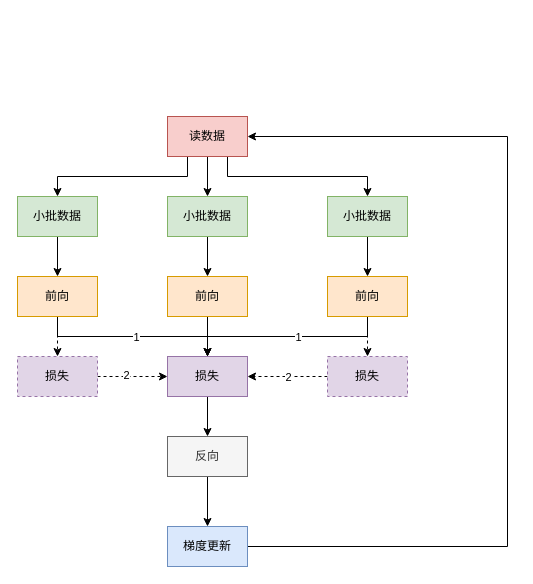
Above: Untitled Diagram.drawio in upvenly/Picgo (draw.io), before the change. Source tidied: cells renumbered, new cells numbered last; positions are measured from the earlier drawing's top-left corner, leaving out a move shared by most shapes. Both pictures are drawn from the tidied source at 100%, with x=0, y=0 at pixel (17, 116).
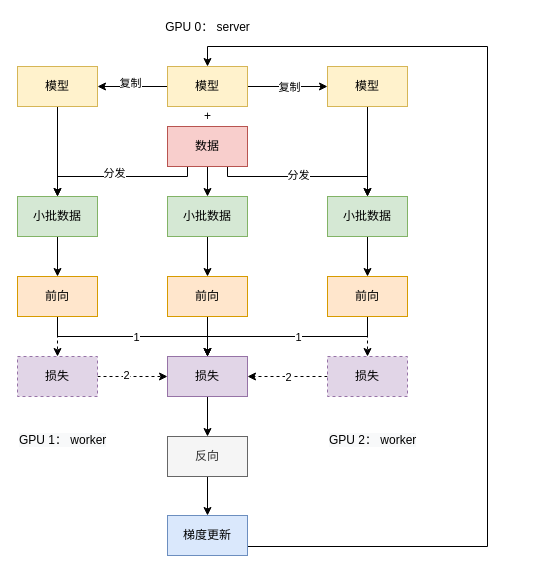
The same page after the edit.

Commit message:
分布式训练.drawio

Unchanged cells that the change refers to:
```xml
<mxCell id="3" value="&lt;span&gt;小批数据&lt;/span&gt;" style="rounded=0;whiteSpace=wrap;html=1;fillColor=#d5e8d4;strokeColor=#82b366;" parent="1" vertex="1">
  <mxGeometry x="150" y="80" width="80" height="40" as="geometry" />
</mxCell>
<mxCell id="5" value="&lt;span&gt;小批数据&lt;/span&gt;" style="rounded=0;whiteSpace=wrap;html=1;fillColor=#d5e8d4;strokeColor=#82b366;" parent="1" vertex="1">
  <mxGeometry x="310" y="80" width="80" height="40" as="geometry" />
</mxCell>
<mxCell id="11" value="小批数据" style="rounded=0;whiteSpace=wrap;html=1;fillColor=#d5e8d4;strokeColor=#82b366;" parent="1" vertex="1">
  <mxGeometry y="80" width="80" height="40" as="geometry" />
</mxCell>
```

What changed in the source:
```diff
@@
+    <mxCell id="7" style="edgeStyle=orthogonalEdgeStyle;rounded=0;jettySize=auto;html=1;exitX=0.25;exitY=1;exitDx=0;exitDy=0;entryX=0.5;entryY=0;entryDx=0;entryDy=0;" parent="1" edge="1" source="9" target="11">
+      <mxGeometry relative="1" as="geometry">
+        <Array as="points">
+          <mxPoint x="170" y="60" />
+          <mxPoint x="40" y="60" />
+        </Array>
+      </mxGeometry>
+    </mxCell>
+    <mxCell id="34" value="分发" style="edgeLabel;html=1;align=center;verticalAlign=middle;" parent="7" vertex="1">
+      <mxGeometry x="0.05" y="-4" relative="1" as="geometry" />
+    </mxCell>
+    <mxCell id="8" style="edgeStyle=orthogonalEdgeStyle;rounded=0;jettySize=auto;html=1;exitX=0.75;exitY=1;exitDx=0;exitDy=0;entryX=0.5;entryY=0;entryDx=0;entryDy=0;" parent="1" edge="1" source="9" target="5">
+      <mxGeometry relative="1" as="geometry">
+        <Array as="points">
+          <mxPoint x="210" y="60" />
+          <mxPoint x="350" y="60" />
+        </Array>
+      </mxGeometry>
+    </mxCell>
+    <mxCell id="35" value="分发" style="edgeLabel;html=1;align=center;verticalAlign=middle;" parent="8" vertex="1">
+      <mxGeometry x="-0.06" y="2" relative="1" as="geometry" />
+    </mxCell>
-    <mxCell id="6" style="edgeStyle=orthogonalEdgeStyle;rounded=0;jettySize=auto;html=1;" parent="1" edge="1" source="9" target="3">
+    <mxCell id="6" style="edgeStyle=orthogonalEdgeStyle;rounded=0;jettySize=auto;html=1;entryX=0.5;entryY=0;entryDx=0;entryDy=0;" parent="1" edge="1" source="9" target="3">
       <mxGeometry relative="1" as="geometry" />
     </mxCell>
-    <mxCell id="7" style="edgeStyle=orthogonalEdgeStyle;rounded=0;jettySize=auto;html=1;exitX=0.25;exitY=1;exitDx=0;exitDy=0;entryX=0.5;entryY=0;entryDx=0;entryDy=0;" parent="1" edge="1" source="9" target="11">
-      <mxGeometry relative="1" as="geometry" />
-    </mxCell>
-    <mxCell id="8" style="edgeStyle=orthogonalEdgeStyle;rounded=0;jettySize=auto;html=1;exitX=0.75;exitY=1;exitDx=0;exitDy=0;entryX=0.5;entryY=0;entryDx=0;entryDy=0;" parent="1" edge="1" source="9" target="5">
-      <mxGeometry relative="1" as="geometry" />
-    </mxCell>
-    <mxCell id="9" value="&lt;span&gt;读数据&lt;/span&gt;" style="rounded=0;whiteSpace=wrap;html=1;fillColor=#f8cecc;strokeColor=#b85450;" parent="1" vertex="1">
-      <mxGeometry x="150" width="80" height="40" as="geometry" />
+    <mxCell id="9" value="&lt;span&gt;数据&lt;/span&gt;" style="rounded=0;whiteSpace=wrap;html=1;fillColor=#f8cecc;strokeColor=#b85450;" parent="1" vertex="1">
+      <mxGeometry x="150" y="10" width="80" height="40" as="geometry" />
     </mxCell>
@@
-    <mxCell id="30" style="edgeStyle=orthogonalEdgeStyle;rounded=0;jettySize=auto;html=1;entryX=1;entryY=0.5;entryDx=0;entryDy=0;" parent="1" edge="1" source="31" target="9">
-      <mxGeometry relative="1" as="geometry">
-        <Array as="points">
-          <mxPoint x="490" y="430" />
-          <mxPoint x="490" y="20" />
-        </Array>
-      </mxGeometry>
-    </mxCell>
+    <mxCell id="36" style="edgeStyle=orthogonalEdgeStyle;rounded=0;jettySize=auto;html=1;entryX=0.5;entryY=0;entryDx=0;entryDy=0;" parent="1" edge="1" source="31" target="44">
+      <mxGeometry relative="1" as="geometry">
+        <Array as="points">
+          <mxPoint x="470" y="430" />
+          <mxPoint x="470" y="-70" />
+          <mxPoint x="190" y="-70" />
+        </Array>
+      </mxGeometry>
+    </mxCell>
     <mxCell id="31" value="梯度更新" style="rounded=0;whiteSpace=wrap;html=1;fillColor=#dae8fc;strokeColor=#6c8ebf;" parent="1" vertex="1">
-      <mxGeometry x="150" y="410" width="80" height="40" as="geometry" />
+      <mxGeometry x="150" y="399" width="80" height="40" as="geometry" />
     </mxCell>
@@
+    <mxCell id="37" value="GPU 0： server" style="text;html=1;align=center;verticalAlign=middle;strokeColor=none;" parent="1" vertex="1">
+      <mxGeometry x="140" y="-99" width="100" height="20" as="geometry" />
+    </mxCell>
+    <mxCell id="38" value="&lt;span style=&quot;color: rgb(0 , 0 , 0) ; font-family: &amp;#34;helvetica&amp;#34; ; font-size: 12px ; font-style: normal ; font-weight: 400 ; letter-spacing: normal ; text-align: center ; text-indent: 0px ; text-transform: none ; word-spacing: 0px ; background-color: rgb(248 , 249 , 250) ; display: inline ; float: none&quot;&gt;GPU 1： worker&lt;/span&gt;" style="text;whiteSpace=wrap;html=1;" parent="1" vertex="1">
+      <mxGeometry y="310" width="110" height="30" as="geometry" />
+    </mxCell>
+    <mxCell id="39" value="&lt;span style=&quot;color: rgb(0 , 0 , 0) ; font-family: &amp;#34;helvetica&amp;#34; ; font-size: 12px ; font-style: normal ; font-weight: 400 ; letter-spacing: normal ; text-align: center ; text-indent: 0px ; text-transform: none ; word-spacing: 0px ; background-color: rgb(248 , 249 , 250) ; display: inline ; float: none&quot;&gt;GPU 2： worker&lt;/span&gt;" style="text;whiteSpace=wrap;html=1;" parent="1" vertex="1">
+      <mxGeometry x="310" y="310" width="110" height="30" as="geometry" />
+    </mxCell>
+    <mxCell id="40" style="edgeStyle=orthogonalEdgeStyle;rounded=0;jettySize=auto;html=1;" parent="1" edge="1" source="44" target="46">
+      <mxGeometry relative="1" as="geometry" />
+    </mxCell>
+    <mxCell id="41" value="复制" style="edgeLabel;html=1;align=center;verticalAlign=middle;" parent="40" vertex="1">
+      <mxGeometry x="0.09" y="-4" relative="1" as="geometry" />
+    </mxCell>
+    <mxCell id="42" style="edgeStyle=orthogonalEdgeStyle;rounded=0;jettySize=auto;html=1;entryX=0;entryY=0.5;entryDx=0;entryDy=0;" parent="1" edge="1" source="44" target="48">
+      <mxGeometry relative="1" as="geometry" />
+    </mxCell>
+    <mxCell id="43" value="复制" style="edgeLabel;html=1;align=center;verticalAlign=middle;" parent="42" vertex="1">
+      <mxGeometry x="0.03" relative="1" as="geometry" />
+    </mxCell>
+    <mxCell id="44" value="模型" style="rounded=0;whiteSpace=wrap;html=1;fillColor=#fff2cc;strokeColor=#d6b656;" parent="1" vertex="1">
+      <mxGeometry x="150" y="-50" width="80" height="40" as="geometry" />
+    </mxCell>
+    <mxCell id="45" style="edgeStyle=orthogonalEdgeStyle;rounded=0;jettySize=auto;html=1;" parent="1" edge="1" source="46" target="11">
+      <mxGeometry relative="1" as="geometry" />
+    </mxCell>
+    <mxCell id="46" value="模型" style="rounded=0;whiteSpace=wrap;html=1;fillColor=#fff2cc;strokeColor=#d6b656;" parent="1" vertex="1">
+      <mxGeometry y="-50" width="80" height="40" as="geometry" />
+    </mxCell>
+    <mxCell id="47" style="edgeStyle=orthogonalEdgeStyle;rounded=0;jettySize=auto;html=1;" parent="1" edge="1" source="48" target="5">
+      <mxGeometry relative="1" as="geometry" />
+    </mxCell>
+    <mxCell id="48" value="模型" style="rounded=0;whiteSpace=wrap;html=1;fillColor=#fff2cc;strokeColor=#d6b656;" parent="1" vertex="1">
+      <mxGeometry x="310" y="-50" width="80" height="40" as="geometry" />
+    </mxCell>
+    <mxCell id="49" value="+" style="text;html=1;align=center;verticalAlign=middle;strokeColor=none;" parent="1" vertex="1">
+      <mxGeometry x="180" y="-10" width="20" height="20" as="geometry" />
+    </mxCell>
```
